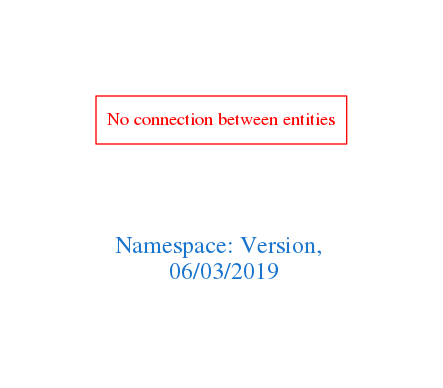
This is downloads/Version.png from arago/OGIT, a Graphviz export, as it was before one commit. Its source is kept beside it as downloads/Version.dot.
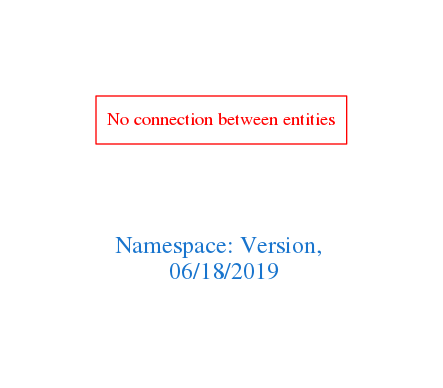
After the commit.

Change to the diagram source:
```diff
@@ -1,7 +1,7 @@
 digraph OGIT_ontology {
  graph [ rankdir= LR,pad=1
 fontsize = 18,
-fontcolor= dodgerblue3,label = "\n\n\nNamespace: Version, \n 06/03/2019"];
+fontcolor= dodgerblue3,label = "\n\n\nNamespace: Version, \n 06/18/2019"];
 node[shape=polygon];
 edge [  color="gray81"];
 
```
